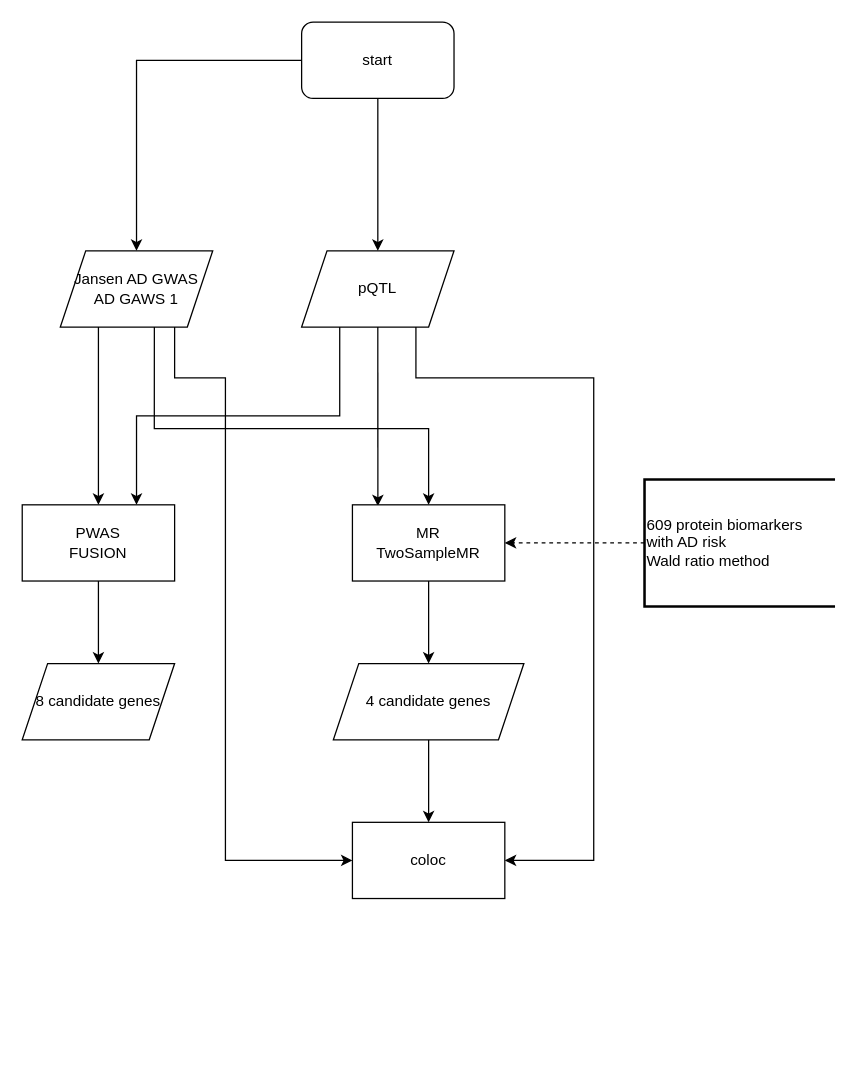
This is 4.20.drawio from ruansy/riskGene, a draw.io file, before an edit. Source tidied: cells renumbered, new cells numbered last; positions are measured from the earlier drawing's top-left corner, leaving out a move shared by most shapes. Both pictures are drawn from the tidied source at 127%, with x=0, y=0 at pixel (22, 22).
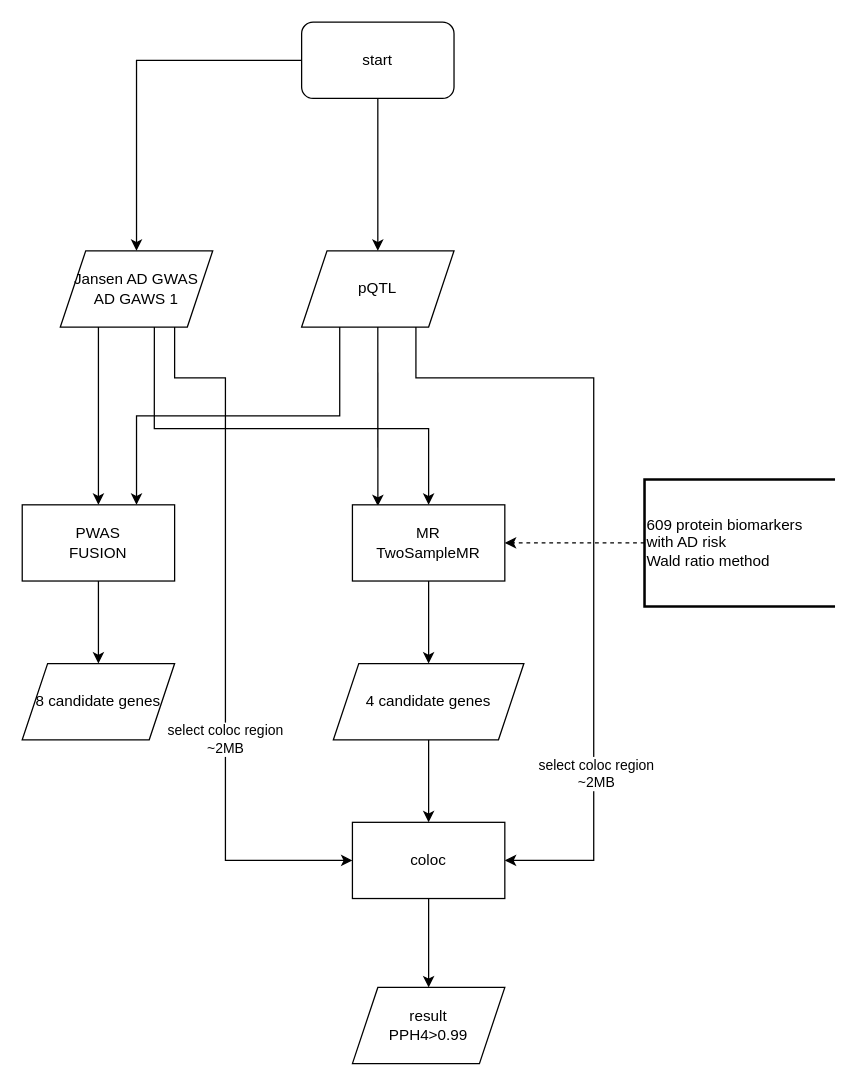
Above is the later version.

Unchanged cells that the change refers to:
```xml
<mxCell id="4" style="edgeStyle=orthogonalEdgeStyle;rounded=0;jettySize=auto;html=1;exitX=0.75;exitY=1;exitDx=0;exitDy=0;entryX=0;entryY=0.5;entryDx=0;entryDy=0;" parent="1" edge="1" source="5" target="22">
  <mxGeometry relative="1" as="geometry">
    <Array as="points">
      <mxPoint x="120" y="280" />
      <mxPoint x="160" y="280" />
      <mxPoint x="160" y="660" />
    </Array>
  </mxGeometry>
</mxCell>
<mxCell id="10" style="edgeStyle=orthogonalEdgeStyle;rounded=0;jettySize=auto;html=1;exitX=0.75;exitY=1;exitDx=0;exitDy=0;entryX=1;entryY=0.5;entryDx=0;entryDy=0;" parent="1" edge="1" source="11" target="22">
  <mxGeometry relative="1" as="geometry">
    <Array as="points">
      <mxPoint x="310" y="280" />
      <mxPoint x="450" y="280" />
      <mxPoint x="450" y="660" />
    </Array>
  </mxGeometry>
</mxCell>
<mxCell id="22" value="coloc" style="rounded=0;whiteSpace=wrap;html=1;" parent="1" vertex="1">
  <mxGeometry x="260" y="630" width="120" height="60" as="geometry" />
</mxCell>
```

Change to the diagram source:
```diff
@@
+    <mxCell id="23" value="select coloc region&lt;br&gt;~2MB" style="edgeLabel;html=1;align=center;verticalAlign=middle;" parent="4" vertex="1">
+      <mxGeometry x="0.3" y="-1" relative="1" as="geometry" />
+    </mxCell>
@@
+    <mxCell id="24" value="select coloc region&lt;br&gt;~2MB" style="edgeLabel;html=1;align=center;verticalAlign=middle;" parent="10" vertex="1">
+      <mxGeometry x="0.56" y="1" relative="1" as="geometry" />
+    </mxCell>
@@
+    <mxCell id="25" style="edgeStyle=orthogonalEdgeStyle;rounded=0;jettySize=auto;html=1;entryX=0.5;entryY=0;entryDx=0;entryDy=0;" parent="1" edge="1" source="22" target="26">
+      <mxGeometry relative="1" as="geometry" />
+    </mxCell>
@@
+    <mxCell id="26" value="result&lt;br&gt;PPH4&amp;gt;0.99" style="shape=parallelogram;perimeter=parallelogramPerimeter;whiteSpace=wrap;html=1;fixedSize=1;" parent="1" vertex="1">
+      <mxGeometry x="260" y="760" width="120" height="60" as="geometry" />
+    </mxCell>
```
